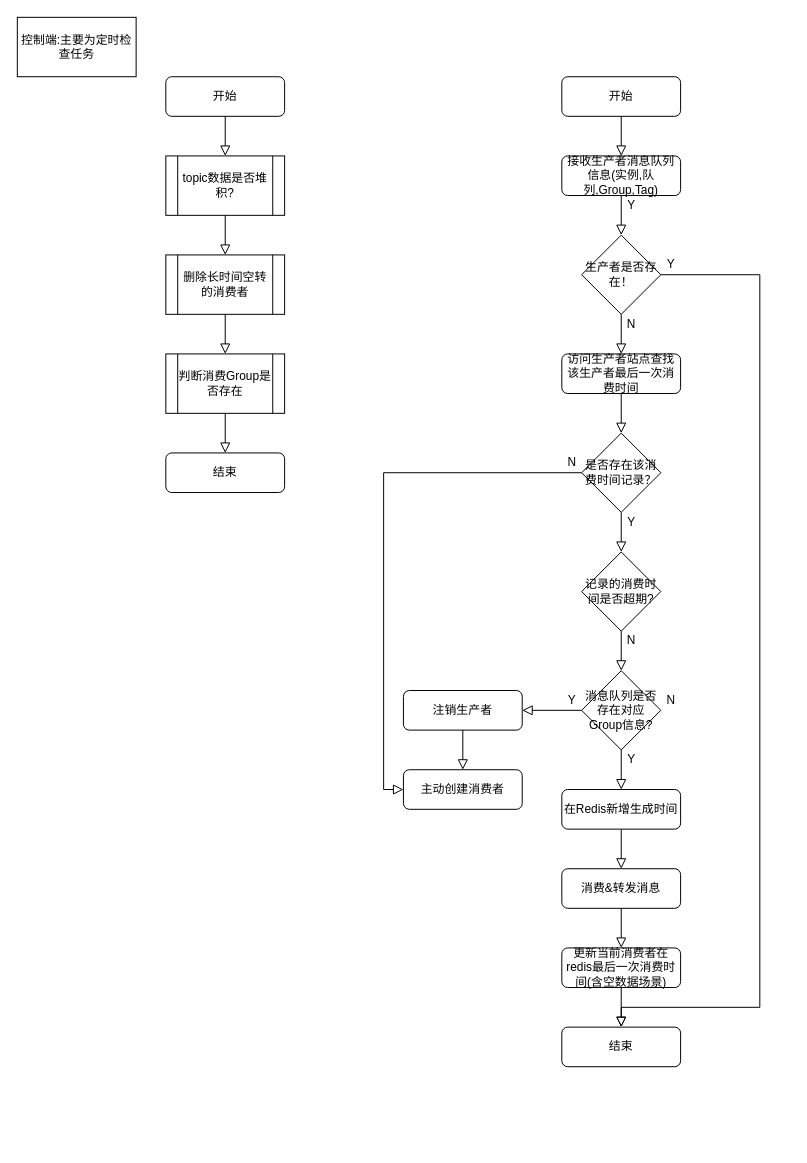
Earlier version of the draw.io diagram page "消息队列控制端" (4 of 5) of 懂牛生产者.drawio (yigoC/test). Source tidied: cells renumbered, new cells numbered last; positions are measured from the earlier drawing's top-left corner, leaving out a move shared by most shapes. Both pictures are drawn from the tidied source at 99%, with x=0, y=0 at pixel (17, 17).
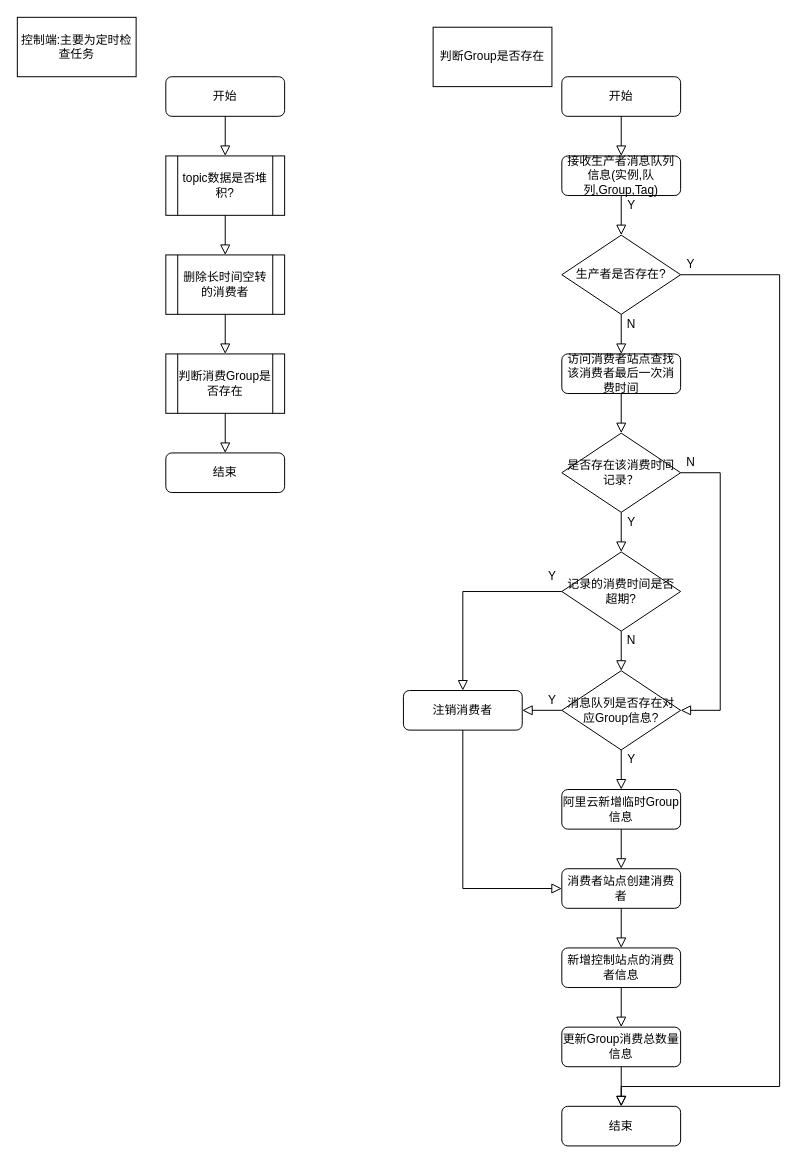
Above is the later version.

Change to the diagram source:
```diff
@@
-    <mxCell id="12" style="rounded=0;html=1;jettySize=auto;fontSize=11;endArrow=block;endFill=0;endSize=8;strokeWidth=1;shadow=0;labelBackgroundColor=none;edgeStyle=orthogonalEdgeStyle;entryX=0.5;entryY=0;entryDx=0;entryDy=0;" parent="1" edge="1" source="27" target="14">
+    <mxCell id="12" style="rounded=0;html=1;jettySize=auto;fontSize=11;endArrow=block;endFill=0;endSize=8;strokeWidth=1;shadow=0;labelBackgroundColor=none;edgeStyle=orthogonalEdgeStyle;entryX=0.5;entryY=0;entryDx=0;entryDy=0;" parent="1" edge="1" source="56" target="14">
       <mxGeometry relative="1" as="geometry" />
     </mxCell>
@@
     <mxCell id="14" value="结束" style="rounded=1;whiteSpace=wrap;html=1;fontSize=12;glass=0;strokeWidth=1;shadow=0;" parent="1" vertex="1">
-      <mxGeometry x="550" y="1020" width="120" height="40" as="geometry" />
+      <mxGeometry x="550" y="1100" width="120" height="40" as="geometry" />
     </mxCell>
@@
-    <mxCell id="18" value="消费&amp;amp;转发消息" style="rounded=1;whiteSpace=wrap;html=1;fontSize=12;glass=0;strokeWidth=1;shadow=0;" parent="1" vertex="1">
-      <mxGeometry x="550" y="860" width="120" height="40" as="geometry" />
-    </mxCell>
-    <mxCell id="19" style="rounded=0;html=1;jettySize=auto;fontSize=11;endArrow=block;endFill=0;endSize=8;strokeWidth=1;shadow=0;labelBackgroundColor=none;edgeStyle=orthogonalEdgeStyle;" parent="1" edge="1" source="25" target="18">
-      <mxGeometry relative="1" as="geometry" />
-    </mxCell>
-    <mxCell id="20" value="访问生产者站点查找该生产者最后一次消费时间" style="rounded=1;whiteSpace=wrap;html=1;fontSize=12;glass=0;strokeWidth=1;shadow=0;" parent="1" vertex="1">
+    <mxCell id="20" value="访问消费者站点查找该消费者最后一次消费时间" style="rounded=1;whiteSpace=wrap;html=1;fontSize=12;glass=0;strokeWidth=1;shadow=0;" parent="1" vertex="1">
       <mxGeometry x="550" y="340" width="120" height="40" as="geometry" />
     </mxCell>
@@
     <mxCell id="22" value="消息队列是否存在对应Group信息?" style="rhombus;whiteSpace=wrap;html=1;" parent="1" vertex="1">
-      <mxGeometry x="570" y="660" width="80" height="80" as="geometry" />
+      <mxGeometry x="550" y="660" width="120" height="80" as="geometry" />
     </mxCell>
@@
-    <mxCell id="24" value="N" style="text;html=1;align=center;verticalAlign=middle;" parent="1" vertex="1">
-      <mxGeometry x="650" y="680" width="20" height="20" as="geometry" />
-    </mxCell>
-    <mxCell id="25" value="在Redis新增生成时间" style="rounded=1;whiteSpace=wrap;html=1;fontSize=12;glass=0;strokeWidth=1;shadow=0;" parent="1" vertex="1">
-      <mxGeometry x="550" y="780" width="120" height="40" as="geometry" />
-    </mxCell>
-    <mxCell id="26" style="rounded=0;html=1;jettySize=auto;fontSize=11;endArrow=block;endFill=0;endSize=8;strokeWidth=1;shadow=0;labelBackgroundColor=none;edgeStyle=orthogonalEdgeStyle;" parent="1" edge="1" source="22" target="25">
+    <mxCell id="26" style="rounded=0;html=1;jettySize=auto;fontSize=11;endArrow=block;endFill=0;endSize=8;strokeWidth=1;shadow=0;labelBackgroundColor=none;edgeStyle=orthogonalEdgeStyle;entryX=0.5;entryY=0;entryDx=0;entryDy=0;" parent="1" edge="1" source="50" target="27">
       <mxGeometry relative="1" as="geometry" />
     </mxCell>
-    <mxCell id="27" value="更新当前消费者在redis最后一次消费时间(含空数据场景)" style="rounded=1;whiteSpace=wrap;html=1;fontSize=12;glass=0;strokeWidth=1;shadow=0;" parent="1" vertex="1">
-      <mxGeometry x="550" y="940" width="120" height="40" as="geometry" />
-    </mxCell>
-    <mxCell id="28" style="rounded=0;html=1;jettySize=auto;fontSize=11;endArrow=block;endFill=0;endSize=8;strokeWidth=1;shadow=0;labelBackgroundColor=none;edgeStyle=orthogonalEdgeStyle;entryX=0.5;entryY=0;entryDx=0;entryDy=0;" parent="1" edge="1" source="18" target="27">
-      <mxGeometry relative="1" as="geometry" />
-    </mxCell>
-    <mxCell id="29" value="生产者是否存在！" style="rhombus;whiteSpace=wrap;html=1;" parent="1" vertex="1">
-      <mxGeometry x="570" y="220" width="80" height="80" as="geometry" />
+    <mxCell id="29" value="生产者是否存在?" style="rhombus;whiteSpace=wrap;html=1;" parent="1" vertex="1">
+      <mxGeometry x="550" y="220" width="120" height="80" as="geometry" />
     </mxCell>
     <mxCell id="30" value="是否存在该消费时间记录？" style="rhombus;whiteSpace=wrap;html=1;" parent="1" vertex="1">
-      <mxGeometry x="570" y="420" width="80" height="80" as="geometry" />
+      <mxGeometry x="550" y="420" width="120" height="80" as="geometry" />
     </mxCell>
@@
     <mxCell id="32" value="记录的消费时间是否超期?" style="rhombus;whiteSpace=wrap;html=1;" parent="1" vertex="1">
-      <mxGeometry x="570" y="540" width="80" height="80" as="geometry" />
+      <mxGeometry x="550" y="540" width="120" height="80" as="geometry" />
     </mxCell>
@@
-    <mxCell id="36" value="N" style="text;html=1;align=center;verticalAlign=middle;" parent="1" vertex="1">
-      <mxGeometry x="610" y="620" width="20" height="20" as="geometry" />
-    </mxCell>
     <mxCell id="37" value="Y&lt;br&gt;" style="text;html=1;align=center;verticalAlign=middle;" parent="1" vertex="1">
-      <mxGeometry x="550" y="680" width="20" height="20" as="geometry" />
+      <mxGeometry x="530" y="680" width="20" height="20" as="geometry" />
     </mxCell>
@@
-    <mxCell id="39" style="rounded=0;html=1;jettySize=auto;fontSize=11;endArrow=block;endFill=0;endSize=8;strokeWidth=1;shadow=0;labelBackgroundColor=none;edgeStyle=orthogonalEdgeStyle;exitX=1;exitY=0.5;exitDx=0;exitDy=0;" parent="1" edge="1" source="29">
-      <mxGeometry relative="1" as="geometry">
-        <mxPoint x="610" y="1020" as="targetPoint" />
-        <Array as="points">
-          <mxPoint x="750" y="260" />
-          <mxPoint x="750" y="1000" />
-          <mxPoint x="610" y="1000" />
-        </Array>
-      </mxGeometry>
-    </mxCell>
     <mxCell id="40" value="Y" style="text;html=1;align=center;verticalAlign=middle;" parent="1" vertex="1">
-      <mxGeometry x="650" y="240" width="20" height="20" as="geometry" />
+      <mxGeometry x="670" y="240" width="20" height="20" as="geometry" />
     </mxCell>
@@
-    <mxCell id="42" style="rounded=0;html=1;jettySize=auto;fontSize=11;endArrow=block;endFill=0;endSize=8;strokeWidth=1;shadow=0;labelBackgroundColor=none;edgeStyle=orthogonalEdgeStyle;entryX=0;entryY=0.5;entryDx=0;entryDy=0;exitX=0;exitY=0.5;exitDx=0;exitDy=0;" parent="1" edge="1" source="30" target="45">
-      <mxGeometry relative="1" as="geometry" />
+    <mxCell id="42" style="rounded=0;html=1;jettySize=auto;fontSize=11;endArrow=block;endFill=0;endSize=8;strokeWidth=1;shadow=0;labelBackgroundColor=none;edgeStyle=orthogonalEdgeStyle;exitX=1;exitY=0.5;exitDx=0;exitDy=0;entryX=1;entryY=0.5;entryDx=0;entryDy=0;" parent="1" edge="1" source="30" target="22">
+      <mxGeometry relative="1" as="geometry">
+        <Array as="points">
+          <mxPoint x="710" y="460" />
+          <mxPoint x="710" y="700" />
+        </Array>
+      </mxGeometry>
     </mxCell>
-    <mxCell id="43" value="注销生产者" style="rounded=1;whiteSpace=wrap;html=1;fontSize=12;glass=0;strokeWidth=1;shadow=0;" parent="1" vertex="1">
+    <mxCell id="43" value="注销消费者" style="rounded=1;whiteSpace=wrap;html=1;fontSize=12;glass=0;strokeWidth=1;shadow=0;" parent="1" vertex="1">
       <mxGeometry x="390" y="680" width="120" height="40" as="geometry" />
     </mxCell>
@@
-    <mxCell id="45" value="主动创建消费者" style="rounded=1;whiteSpace=wrap;html=1;fontSize=12;glass=0;strokeWidth=1;shadow=0;" parent="1" vertex="1">
-      <mxGeometry x="390" y="760" width="120" height="40" as="geometry" />
-    </mxCell>
-    <mxCell id="46" style="rounded=0;html=1;jettySize=auto;fontSize=11;endArrow=block;endFill=0;endSize=8;strokeWidth=1;shadow=0;labelBackgroundColor=none;edgeStyle=orthogonalEdgeStyle;entryX=0.5;entryY=0;entryDx=0;entryDy=0;exitX=0.5;exitY=1;exitDx=0;exitDy=0;" parent="1" edge="1" source="43" target="45">
+    <mxCell id="46" style="rounded=0;html=1;jettySize=auto;fontSize=11;endArrow=block;endFill=0;endSize=8;strokeWidth=1;shadow=0;labelBackgroundColor=none;edgeStyle=orthogonalEdgeStyle;entryX=0;entryY=0.5;entryDx=0;entryDy=0;exitX=0.5;exitY=1;exitDx=0;exitDy=0;" parent="1" edge="1" source="43" target="50">
       <mxGeometry relative="1" as="geometry" />
     </mxCell>
     <mxCell id="47" value="N" style="text;html=1;align=center;verticalAlign=middle;" parent="1" vertex="1">
-      <mxGeometry x="550" y="440" width="20" height="20" as="geometry" />
+      <mxGeometry x="670" y="440" width="20" height="20" as="geometry" />
     </mxCell>
+    <mxCell id="48" value="Y&lt;br&gt;" style="text;html=1;align=center;verticalAlign=middle;" parent="1" vertex="1">
+      <mxGeometry x="530" y="555" width="20" height="20" as="geometry" />
+    </mxCell>
+    <mxCell id="49" style="rounded=0;html=1;jettySize=auto;fontSize=11;endArrow=block;endFill=0;endSize=8;strokeWidth=1;shadow=0;labelBackgroundColor=none;edgeStyle=orthogonalEdgeStyle;exitX=0;exitY=0.5;exitDx=0;exitDy=0;entryX=0.5;entryY=0;entryDx=0;entryDy=0;" parent="1" edge="1" source="32" target="43">
+      <mxGeometry relative="1" as="geometry">
+        <Array as="points">
+          <mxPoint x="450" y="580" />
+        </Array>
+      </mxGeometry>
+    </mxCell>
+    <mxCell id="36" value="N" style="text;html=1;align=center;verticalAlign=middle;" parent="1" vertex="1">
+      <mxGeometry x="610" y="620" width="20" height="20" as="geometry" />
+    </mxCell>
+    <mxCell id="50" value="消费者站点创建消费者" style="rounded=1;whiteSpace=wrap;html=1;fontSize=12;glass=0;strokeWidth=1;shadow=0;" parent="1" vertex="1">
+      <mxGeometry x="550" y="860" width="120" height="40" as="geometry" />
+    </mxCell>
+    <mxCell id="51" style="rounded=0;html=1;jettySize=auto;fontSize=11;endArrow=block;endFill=0;endSize=8;strokeWidth=1;shadow=0;labelBackgroundColor=none;edgeStyle=orthogonalEdgeStyle;entryX=0.5;entryY=0;entryDx=0;entryDy=0;" parent="1" edge="1" source="52" target="50">
+      <mxGeometry relative="1" as="geometry" />
+    </mxCell>
+    <mxCell id="52" value="阿里云新增临时Group信息" style="rounded=1;whiteSpace=wrap;html=1;fontSize=12;glass=0;strokeWidth=1;shadow=0;" parent="1" vertex="1">
+      <mxGeometry x="550" y="780" width="120" height="40" as="geometry" />
+    </mxCell>
+    <mxCell id="53" style="rounded=0;html=1;jettySize=auto;fontSize=11;endArrow=block;endFill=0;endSize=8;strokeWidth=1;shadow=0;labelBackgroundColor=none;edgeStyle=orthogonalEdgeStyle;entryX=0.5;entryY=0;entryDx=0;entryDy=0;" parent="1" edge="1" source="22" target="52">
+      <mxGeometry relative="1" as="geometry" />
+    </mxCell>
+    <mxCell id="27" value="新增控制站点的消费者信息" style="rounded=1;whiteSpace=wrap;html=1;fontSize=12;glass=0;strokeWidth=1;shadow=0;" parent="1" vertex="1">
+      <mxGeometry x="550" y="940" width="120" height="40" as="geometry" />
+    </mxCell>
+    <mxCell id="54" style="rounded=0;html=1;jettySize=auto;fontSize=11;endArrow=block;endFill=0;endSize=8;strokeWidth=1;shadow=0;labelBackgroundColor=none;edgeStyle=orthogonalEdgeStyle;entryX=0.5;entryY=0;entryDx=0;entryDy=0;exitX=1;exitY=0.5;exitDx=0;exitDy=0;" parent="1" edge="1" source="29" target="14">
+      <mxGeometry relative="1" as="geometry">
+        <Array as="points">
+          <mxPoint x="770" y="260" />
+          <mxPoint x="770" y="1080" />
+          <mxPoint x="610" y="1080" />
+        </Array>
+      </mxGeometry>
+    </mxCell>
+    <mxCell id="55" value="判断Group是否存在" style="rounded=0;whiteSpace=wrap;html=1;" parent="1" vertex="1">
+      <mxGeometry x="420" y="10" width="120" height="60" as="geometry" />
+    </mxCell>
+    <mxCell id="56" value="更新Group消费总数量信息" style="rounded=1;whiteSpace=wrap;html=1;fontSize=12;glass=0;strokeWidth=1;shadow=0;" parent="1" vertex="1">
+      <mxGeometry x="550" y="1020" width="120" height="40" as="geometry" />
+    </mxCell>
+    <mxCell id="57" style="rounded=0;html=1;jettySize=auto;fontSize=11;endArrow=block;endFill=0;endSize=8;strokeWidth=1;shadow=0;labelBackgroundColor=none;edgeStyle=orthogonalEdgeStyle;entryX=0.5;entryY=0;entryDx=0;entryDy=0;" parent="1" edge="1" source="27" target="56">
+      <mxGeometry relative="1" as="geometry" />
+    </mxCell>
```
